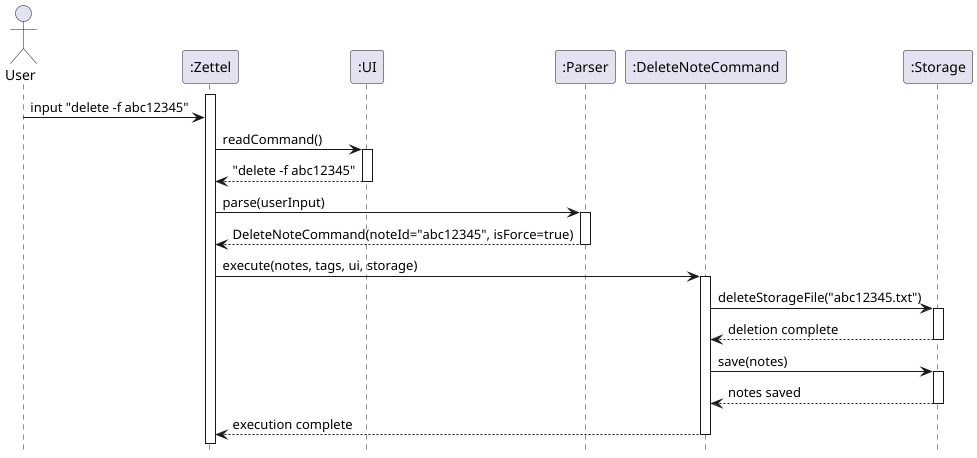
The PlantUML diagram docs/images/ParserSequence.png in shauntsr/tp, before a commit.
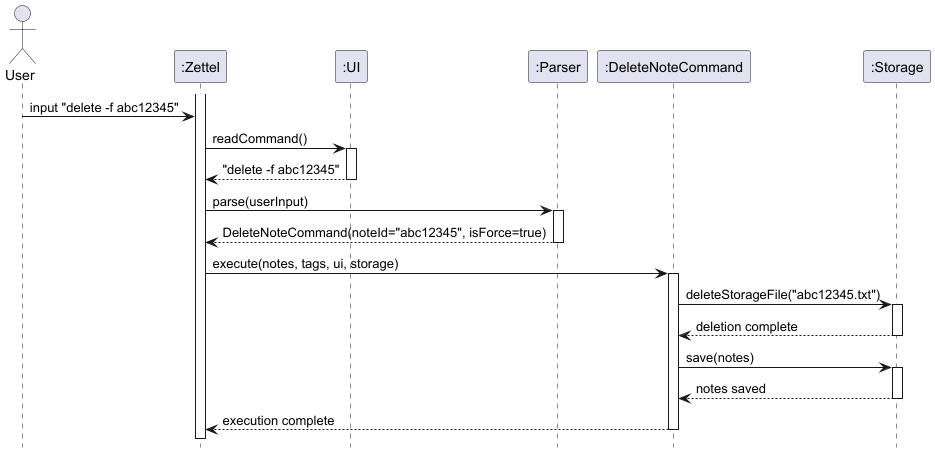
After the change.

The edit, as a diff of the source:
```diff
@@ -1,4 +1,4 @@
-@startuml DeleteParserSequence
+@startuml ParserSequence
 hide footbox
 
 actor User
```
